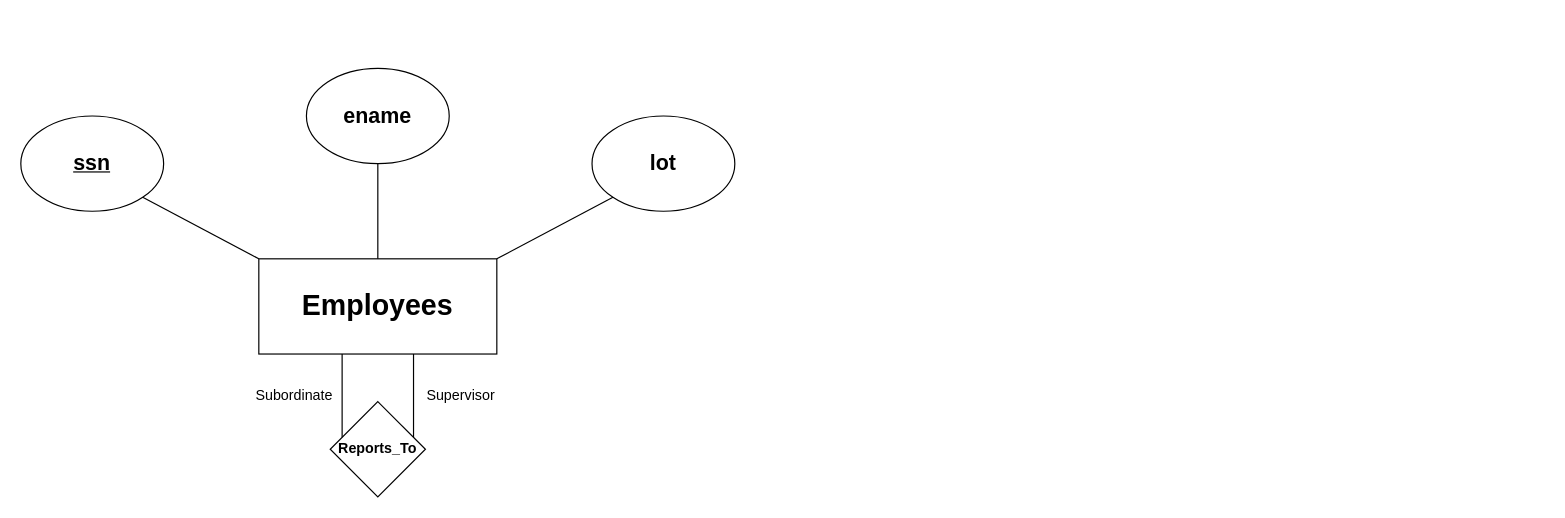
Above: Appunti/Relational Model/Generic_Diagram.drawio in TianShi14/Basi-Di-Dati (draw.io), before the change. Source tidied: cells renumbered, new cells numbered last; positions are measured from the earlier drawing's top-left corner, leaving out a move shared by most shapes. Both pictures are drawn from the tidied source at 119%, with x=0, y=0 at pixel (20, 68).
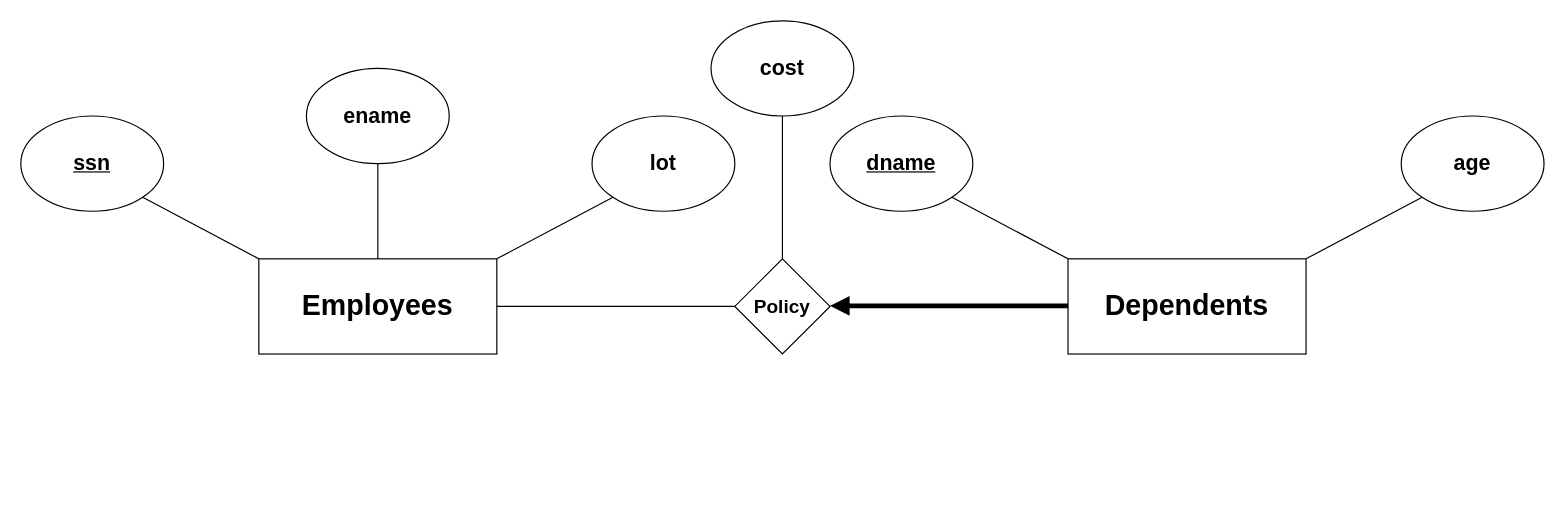
The same diagram, later.

Change to the diagram source:
```diff
@@
 <mxGraphModel>
   <root>
     <mxCell id="0" />
     <mxCell id="1" parent="0" />
     <mxCell id="2" value="&lt;b&gt;&lt;font style=&quot;font-size: 24px;&quot;&gt;Employees&lt;/font&gt;&lt;/b&gt;" style="rounded=0;whiteSpace=wrap;html=1;" parent="1" vertex="1">
       <mxGeometry x="200" y="160" width="200" height="80" as="geometry" />
     </mxCell>
     <mxCell id="3" value="&lt;b&gt;&lt;u&gt;&lt;font style=&quot;font-size: 18px;&quot;&gt;ssn&lt;/font&gt;&lt;/u&gt;&lt;/b&gt;" style="ellipse;whiteSpace=wrap;html=1;" parent="1" vertex="1">
       <mxGeometry y="40" width="120" height="80" as="geometry" />
     </mxCell>
     <mxCell id="4" value="&lt;font style=&quot;font-size: 18px;&quot;&gt;&lt;b style=&quot;&quot;&gt;ename&lt;/b&gt;&lt;/font&gt;" style="ellipse;whiteSpace=wrap;html=1;" parent="1" vertex="1">
       <mxGeometry x="240" width="120" height="80" as="geometry" />
     </mxCell>
     <mxCell id="5" value="&lt;b&gt;&lt;font style=&quot;font-size: 18px;&quot;&gt;lot&lt;/font&gt;&lt;/b&gt;" style="ellipse;whiteSpace=wrap;html=1;" parent="1" vertex="1">
       <mxGeometry x="480" y="40" width="120" height="80" as="geometry" />
     </mxCell>
     <mxCell id="6" style="endArrow=none;html=1;rounded=0;entryX=0;entryY=0;entryDx=0;entryDy=0;exitX=1;exitY=1;exitDx=0;exitDy=0;" parent="1" edge="1" source="3" target="2">
       <mxGeometry relative="1" as="geometry" />
     </mxCell>
     <mxCell id="7" style="endArrow=none;html=1;rounded=0;entryX=1;entryY=0;entryDx=0;entryDy=0;exitX=0;exitY=1;exitDx=0;exitDy=0;" parent="1" edge="1" source="5" target="2">
       <mxGeometry relative="1" as="geometry" />
     </mxCell>
     <mxCell id="8" style="endArrow=none;html=1;rounded=0;entryX=0.5;entryY=0;entryDx=0;entryDy=0;exitX=0.5;exitY=1;exitDx=0;exitDy=0;" parent="1" edge="1" source="4" target="2">
       <mxGeometry relative="1" as="geometry" />
     </mxCell>
-    <mxCell id="9" value="&lt;div&gt;&lt;b&gt;Reports_To&lt;/b&gt;&lt;/div&gt;" style="rhombus;whiteSpace=wrap;html=1;align=center;" parent="1" vertex="1">
-      <mxGeometry x="260" y="280" width="80" height="80" as="geometry" />
-    </mxCell>
-    <mxCell id="10" style="endArrow=none;html=1;rounded=0;entryX=0.5;entryY=0;entryDx=0;entryDy=0;" parent="1" edge="1">
-      <mxGeometry relative="1" as="geometry">
-        <mxPoint x="270" y="240" as="sourcePoint" />
-        <mxPoint x="270" y="310" as="targetPoint" />
-      </mxGeometry>
-    </mxCell>
-    <mxCell id="11" style="endArrow=none;html=1;rounded=0;entryX=0.5;entryY=0;entryDx=0;entryDy=0;" parent="1" edge="1">
-      <mxGeometry relative="1" as="geometry">
-        <mxPoint x="330" y="240" as="sourcePoint" />
-        <mxPoint x="330" y="310" as="targetPoint" />
-      </mxGeometry>
-    </mxCell>
-    <mxCell id="12" value="Subordinate" style="text;html=1;strokeColor=none;fillColor=none;align=center;verticalAlign=middle;whiteSpace=wrap;rounded=0;" parent="1" vertex="1">
-      <mxGeometry x="200" y="260" width="60" height="30" as="geometry" />
-    </mxCell>
-    <mxCell id="13" value="Supervisor" style="text;html=1;strokeColor=none;fillColor=none;align=center;verticalAlign=middle;whiteSpace=wrap;rounded=0;" parent="1" vertex="1">
-      <mxGeometry x="340" y="260" width="60" height="30" as="geometry" />
-    </mxCell>
+    <mxCell id="14" value="&lt;div&gt;&lt;b&gt;&lt;font style=&quot;font-size: 16px;&quot;&gt;Policy&lt;/font&gt;&lt;/b&gt;&lt;/div&gt;" style="rhombus;whiteSpace=wrap;html=1;align=center;" parent="1" vertex="1">
+      <mxGeometry x="600" y="160" width="80" height="80" as="geometry" />
+    </mxCell>
+    <mxCell id="15" style="endArrow=none;html=1;rounded=0;entryX=0;entryY=0.5;entryDx=0;entryDy=0;exitX=1;exitY=0.5;exitDx=0;exitDy=0;" parent="1" edge="1" source="2" target="14">
+      <mxGeometry relative="1" as="geometry" />
+    </mxCell>
+    <mxCell id="16" value="&lt;b&gt;&lt;font style=&quot;font-size: 24px;&quot;&gt;Dependents&lt;/font&gt;&lt;/b&gt;" style="rounded=0;whiteSpace=wrap;html=1;" parent="1" vertex="1">
+      <mxGeometry x="880" y="160" width="200" height="80" as="geometry" />
+    </mxCell>
+    <mxCell id="17" value="&lt;b&gt;&lt;u&gt;&lt;font style=&quot;font-size: 18px;&quot;&gt;dname&lt;/font&gt;&lt;/u&gt;&lt;/b&gt;" style="ellipse;whiteSpace=wrap;html=1;" parent="1" vertex="1">
+      <mxGeometry x="680" y="40" width="120" height="80" as="geometry" />
+    </mxCell>
+    <mxCell id="18" value="&lt;b&gt;&lt;font style=&quot;font-size: 18px;&quot;&gt;age&lt;/font&gt;&lt;/b&gt;" style="ellipse;whiteSpace=wrap;html=1;" parent="1" vertex="1">
+      <mxGeometry x="1160" y="40" width="120" height="80" as="geometry" />
+    </mxCell>
+    <mxCell id="19" style="endArrow=none;html=1;rounded=0;entryX=0;entryY=0;entryDx=0;entryDy=0;exitX=1;exitY=1;exitDx=0;exitDy=0;" parent="1" edge="1" source="17" target="16">
+      <mxGeometry relative="1" as="geometry" />
+    </mxCell>
+    <mxCell id="20" style="endArrow=none;html=1;rounded=0;entryX=1;entryY=0;entryDx=0;entryDy=0;exitX=0;exitY=1;exitDx=0;exitDy=0;" parent="1" edge="1" source="18" target="16">
+      <mxGeometry relative="1" as="geometry" />
+    </mxCell>
+    <mxCell id="21" value="&lt;font style=&quot;font-size: 18px;&quot;&gt;&lt;b style=&quot;&quot;&gt;cost&lt;/b&gt;&lt;/font&gt;" style="ellipse;whiteSpace=wrap;html=1;" parent="1" vertex="1">
+      <mxGeometry x="580" y="-40" width="120" height="80" as="geometry" />
+    </mxCell>
+    <mxCell id="22" style="endArrow=none;html=1;rounded=0;entryX=0.5;entryY=0;entryDx=0;entryDy=0;exitX=0.5;exitY=1;exitDx=0;exitDy=0;" parent="1" edge="1" source="21" target="14">
+      <mxGeometry relative="1" as="geometry" />
+    </mxCell>
+    <mxCell id="23" style="endArrow=none;html=1;rounded=0;entryX=0;entryY=0.5;entryDx=0;entryDy=0;exitX=1;exitY=0.5;exitDx=0;exitDy=0;startArrow=block;startFill=1;strokeWidth=4;" parent="1" edge="1">
+      <mxGeometry relative="1" as="geometry">
+        <mxPoint x="680" y="199.5" as="sourcePoint" />
+        <mxPoint x="880" y="199.5" as="targetPoint" />
+      </mxGeometry>
+    </mxCell>
   </root>
 </mxGraphModel>
```
